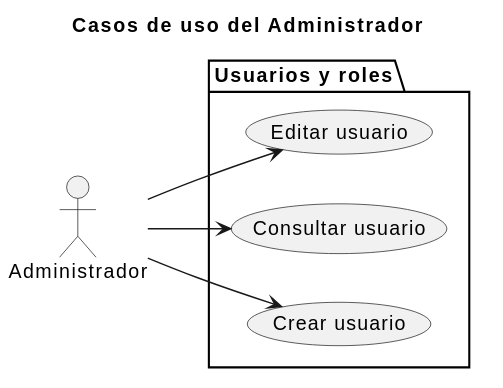
jerdier/25-26-idsw2-sdVC keeps this PlantUML diagram as documents/requisitado/01-actores-casos-uso/Administrador.svg. Above is the earlier version. Source of this version:
```plantuml
@startuml
Title Casos de uso del Administrador
left to right direction
skinparam style strictuml

actor Administrador

package "Usuarios y roles" {
    usecase "Crear usuario" as UsuariosCrear
    usecase "Consultar usuario" as UsuariosConsultar
    usecase "Editar usuario" as UsuariosEditar
}

Administrador --> UsuariosCrear
Administrador --> UsuariosConsultar
Administrador --> UsuariosEditar
@enduml
```
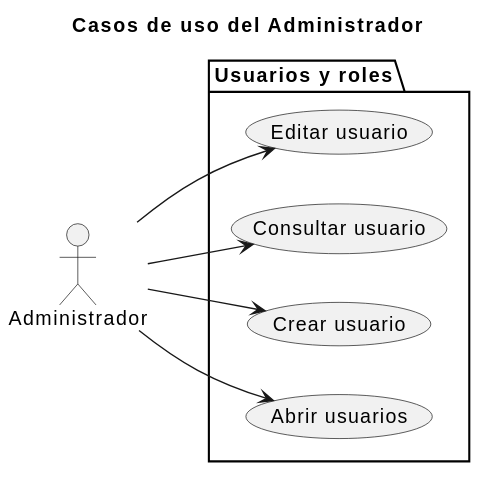
After the commit.

The edit, as a diff of the source:
```diff
@@ -6,11 +6,13 @@
 actor Administrador
 
 package "Usuarios y roles" {
+    usecase "Abrir usuarios" as UsuariosAbrir
     usecase "Crear usuario" as UsuariosCrear
     usecase "Consultar usuario" as UsuariosConsultar
     usecase "Editar usuario" as UsuariosEditar
 }
 
+Administrador --> UsuariosAbrir
 Administrador --> UsuariosCrear
 Administrador --> UsuariosConsultar
 Administrador --> UsuariosEditar
```
